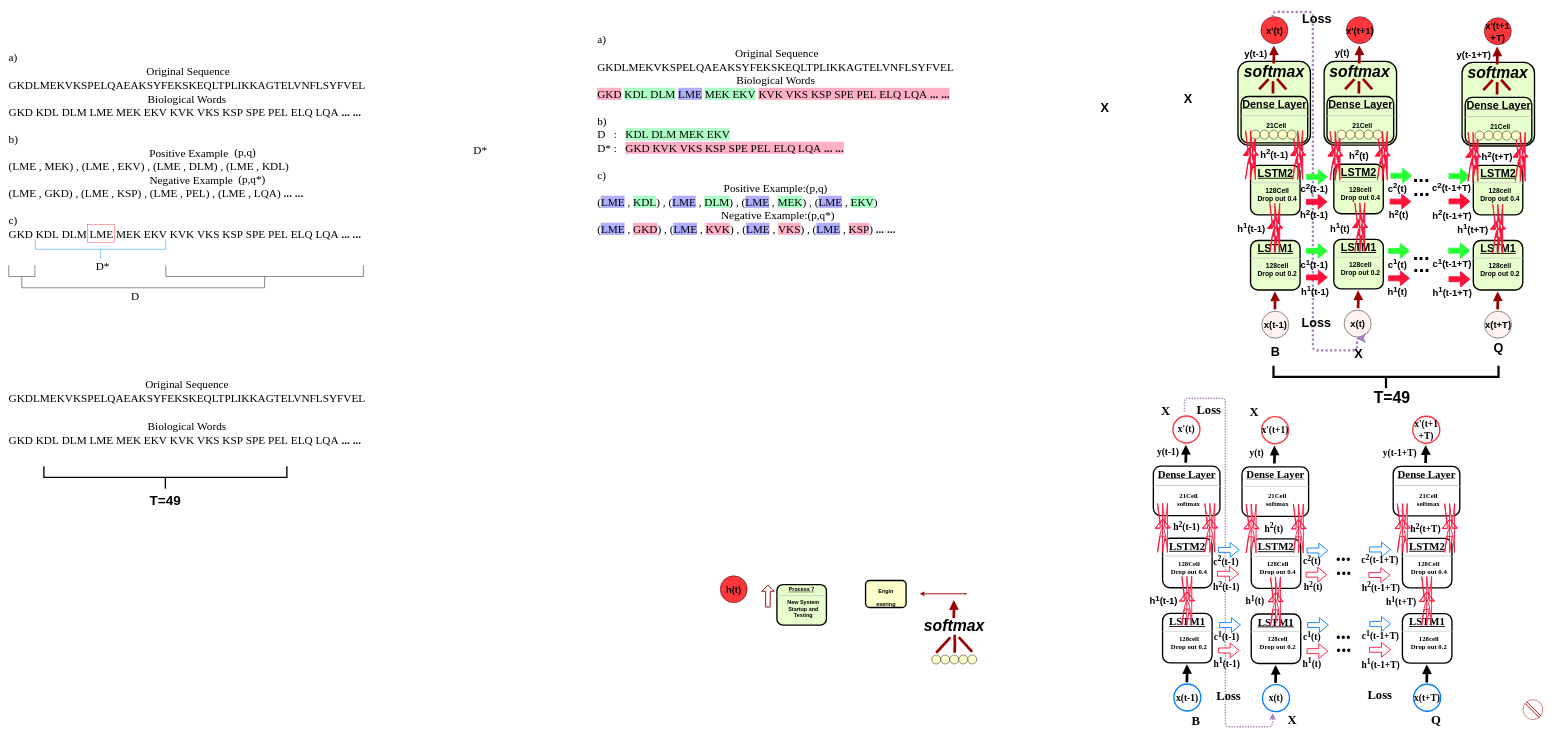
chenjgui/Flow-chat keeps this draw.io diagram as page "Page-1" (1 of 3) of Untitled Diagram.drawio. Above is the earlier version. Source tidied: cells renumbered, new cells numbered last; positions are measured from the earlier drawing's top-left corner, leaving out a move shared by most shapes. Both pictures are drawn from the tidied source at 45%, with x=0, y=0 at pixel (8, 12).
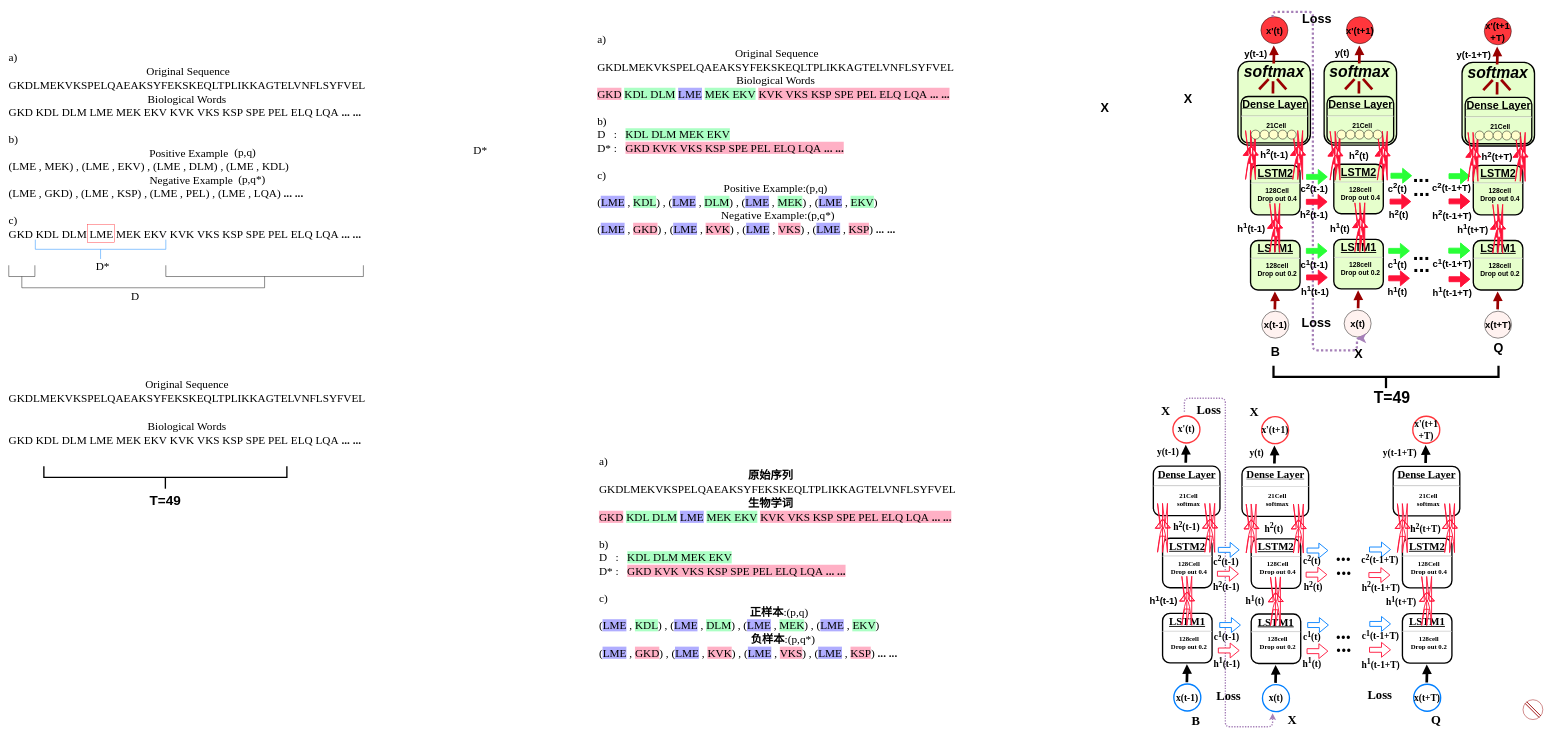
The same page after the edit.

What changed in the source:
```diff
@@
-    <mxCell id="8" value="&lt;h4&gt;Engin&lt;/h4&gt;esering" style="align=center;verticalAlign=middle;fontStyle=1;strokeWidth=3;fillColor=#FFFFCC;rounded=1;html=1;" parent="1" vertex="1">
-      <mxGeometry x="1906" y="1263.5" width="90" height="60" as="geometry" />
-    </mxCell>
@@
-    <mxCell id="10" style="edgeStyle=elbowEdgeStyle;elbow=horizontal;strokeColor=#990000;strokeWidth=2;" parent="1" edge="1">
-      <mxGeometry relative="1" as="geometry">
-        <mxPoint x="2126" y="1293" as="sourcePoint" />
-        <mxPoint x="2026" y="1293" as="targetPoint" />
-        <Array as="points">
-          <mxPoint x="2133" y="1283" />
-          <mxPoint x="2026" y="1322" />
-        </Array>
-      </mxGeometry>
-    </mxCell>
@@
-    <mxCell id="12" style="shape=flexArrow;endArrow=classic;html=1;strokeColor=#990000;strokeWidth=2;width=9.166666666666668;endSize=3.67;endWidth=15.833333333333332;" parent="1" edge="1">
-      <mxGeometry relative="1" as="geometry">
-        <mxPoint x="1689" y="1323.5" as="sourcePoint" />
-        <mxPoint x="1689" y="1273.5" as="targetPoint" />
-      </mxGeometry>
-    </mxCell>
@@
-    <mxCell id="57" value="&lt;b&gt;&lt;font style=&quot;font-size: 21px&quot;&gt;h(t)&lt;/font&gt;&lt;/b&gt;" style="ellipse;whiteSpace=wrap;html=1;fillColor=#FF363C;" parent="1" vertex="1">
-      <mxGeometry x="1583" y="1253" width="60" height="60" as="geometry" />
-    </mxCell>
@@
-    <mxCell id="80" value="&lt;p style=&quot;margin: 0px; margin-top: 4px; text-align: center; text-decoration: underline;&quot;&gt;&lt;strong&gt;&lt;strong&gt;Process&lt;/strong&gt; 7&lt;br /&gt;&lt;/strong&gt;&lt;/p&gt;&lt;hr /&gt;&lt;p style=&quot;margin: 0px; margin-left: 8px;&quot;&gt;New System&lt;/p&gt;&lt;p style=&quot;margin: 0px; margin-left: 8px;&quot;&gt;Startup and&lt;/p&gt;&lt;p style=&quot;margin: 0px; margin-left: 8px;&quot;&gt;Testing&lt;/p&gt;" style="verticalAlign=middle;align=center;overflow=fill;fontSize=12;fontFamily=Helvetica;html=1;rounded=1;fontStyle=1;strokeWidth=3;fillColor=#E6FFCC;" parent="1" vertex="1">
-      <mxGeometry x="1709" y="1272.5" width="110" height="90" as="geometry" />
-    </mxCell>
@@
-    <mxCell id="205" style="group;" parent="1" vertex="1">
-      <mxGeometry x="2036" y="1307" width="134" height="142" as="geometry" />
-    </mxCell>
-    <mxCell id="206" style="group;" parent="205" vertex="1">
-      <mxGeometry x="8" y="77" width="118.5" height="65" as="geometry" />
-    </mxCell>
-    <mxCell id="207" style="edgeStyle=orthogonalEdgeStyle;html=1;jettySize=auto;orthogonalLoop=1;strokeColor=#990000;strokeWidth=6;rounded=1;endArrow=none;endFill=0;" parent="206" edge="1">
-      <mxGeometry relative="1" as="geometry">
-        <mxPoint x="60" y="40" as="sourcePoint" />
-        <mxPoint x="60" as="targetPoint" />
-      </mxGeometry>
-    </mxCell>
-    <mxCell id="208" style="group;" parent="206" vertex="1">
-      <mxGeometry y="45" width="118.5" height="20" as="geometry" />
-    </mxCell>
-    <mxCell id="209" style="group;" parent="208" vertex="1">
-      <mxGeometry width="118.5" height="20" as="geometry" />
-    </mxCell>
-    <mxCell id="210" style="ellipse;whiteSpace=wrap;html=1;fillColor=#FFFFCC;" parent="209" vertex="1">
-      <mxGeometry x="9" width="20" height="20" as="geometry" />
-    </mxCell>
-    <mxCell id="211" style="ellipse;whiteSpace=wrap;html=1;fillColor=#FFFFCC;" parent="209" vertex="1">
-      <mxGeometry x="89" width="20" height="20" as="geometry" />
-    </mxCell>
-    <mxCell id="212" style="ellipse;whiteSpace=wrap;html=1;fillColor=#FFFFCC;" parent="209" vertex="1">
-      <mxGeometry x="29" width="20" height="20" as="geometry" />
-    </mxCell>
-    <mxCell id="213" style="ellipse;whiteSpace=wrap;html=1;fillColor=#FFFFCC;" parent="209" vertex="1">
-      <mxGeometry x="49" width="20" height="20" as="geometry" />
-    </mxCell>
-    <mxCell id="214" style="ellipse;whiteSpace=wrap;html=1;fillColor=#FFFFCC;" parent="209" vertex="1">
-      <mxGeometry x="69" width="20" height="20" as="geometry" />
-    </mxCell>
-    <mxCell id="215" style="html=1;jettySize=auto;orthogonalLoop=1;strokeColor=#990000;strokeWidth=6;rounded=1;endArrow=none;endFill=0;" parent="206" edge="1">
-      <mxGeometry relative="1" as="geometry">
-        <mxPoint x="99" y="38" as="sourcePoint" />
-        <mxPoint x="69" y="5.5" as="targetPoint" />
-      </mxGeometry>
-    </mxCell>
-    <mxCell id="216" style="endArrow=none;html=1;strokeColor=#990000;strokeWidth=6;fillColor=#990000;endFill=0;" parent="206" edge="1">
-      <mxGeometry relative="1" as="geometry">
-        <mxPoint x="19" y="40" as="sourcePoint" />
-        <mxPoint x="50.5" y="6" as="targetPoint" />
-      </mxGeometry>
-    </mxCell>
-    <mxCell id="217" value="&lt;font size=&quot;1&quot;&gt;&lt;b style=&quot;font-size: 35px&quot;&gt;&lt;i&gt;softmax&lt;/i&gt;&lt;/b&gt;&lt;/font&gt;" style="text;html=1;strokeColor=none;fillColor=none;align=center;verticalAlign=middle;whiteSpace=wrap;rounded=0;shadow=0;glass=0;comic=0;" parent="205" vertex="1">
-      <mxGeometry y="37" width="134" height="40" as="geometry" />
-    </mxCell>
-    <mxCell id="218" style="edgeStyle=orthogonalEdgeStyle;html=1;jettySize=auto;orthogonalLoop=1;strokeColor=#990000;strokeWidth=6;rounded=1;endArrow=block;endFill=1;" parent="205" edge="1">
-      <mxGeometry relative="1" as="geometry">
-        <mxPoint x="66" y="40" as="sourcePoint" />
-        <mxPoint x="66" as="targetPoint" />
-      </mxGeometry>
-    </mxCell>
@@
+    <mxCell id="231" value="&lt;div style=&quot;text-align: left ; font-size: 25px&quot;&gt;&lt;font face=&quot;Times New Roman&quot; style=&quot;font-size: 25px&quot;&gt;a)&lt;/font&gt;&lt;/div&gt;&lt;div style=&quot;text-align: left ; font-size: 25px&quot;&gt;&lt;font face=&quot;Times New Roman&quot; style=&quot;font-size: 25px&quot;&gt;&amp;nbsp; &amp;nbsp; &amp;nbsp; &amp;nbsp; &amp;nbsp; &amp;nbsp; &amp;nbsp; &amp;nbsp; &amp;nbsp; &amp;nbsp; &amp;nbsp; &amp;nbsp; &amp;nbsp; &amp;nbsp; &amp;nbsp; &amp;nbsp; &amp;nbsp; &amp;nbsp; &amp;nbsp; &amp;nbsp; &amp;nbsp; &amp;nbsp; &amp;nbsp; &amp;nbsp; &amp;nbsp; &amp;nbsp; &amp;nbsp;&lt;/font&gt;&lt;font style=&quot;font-size: 25px&quot; face=&quot;宋体&quot;&gt;&lt;b&gt;原始序列&lt;/b&gt;&lt;/font&gt;&lt;/div&gt;&lt;div style=&quot;font-size: 25px&quot;&gt;&lt;font face=&quot;Times New Roman&quot; style=&quot;font-size: 25px&quot;&gt;&lt;span&gt;GKDLMEKVKSPELQAEAKSYFEKSKEQLTPLIKKAGTELVNFLSYFVEL&amp;nbsp; &amp;nbsp; &amp;nbsp; &amp;nbsp; &amp;nbsp; &amp;nbsp; &amp;nbsp; &amp;nbsp; &amp;nbsp; &amp;nbsp; &amp;nbsp; &amp;nbsp; &amp;nbsp; &amp;nbsp; &amp;nbsp; &amp;nbsp; &amp;nbsp; &amp;nbsp; &amp;nbsp; &amp;nbsp; &amp;nbsp; &amp;nbsp; &amp;nbsp; &amp;nbsp; &amp;nbsp; &amp;nbsp; &amp;nbsp; &amp;nbsp;&lt;/span&gt;&lt;/font&gt;&lt;span style=&quot;text-align: center&quot;&gt;&lt;b&gt;&lt;font face=&quot;宋体&quot;&gt;生物学词&lt;/font&gt;&lt;/b&gt;&lt;/span&gt;&lt;/div&gt;&lt;font style=&quot;font-size: 25px&quot;&gt;&lt;font style=&quot;font-size: 25px&quot;&gt;&lt;font style=&quot;font-family: &amp;#34;times new roman&amp;#34; ; font-size: 25px&quot;&gt;&lt;font style=&quot;font-size: 25px&quot;&gt;&lt;span style=&quot;background-color: rgb(255 , 176 , 197)&quot;&gt;GKD&lt;/span&gt;&amp;nbsp;&lt;/font&gt;&lt;span style=&quot;background-color: rgb(171 , 255 , 196)&quot;&gt;KDL&amp;nbsp;DLM&lt;/span&gt;&amp;nbsp;&lt;span style=&quot;background-color: rgb(176 , 173 , 255)&quot;&gt;LME&lt;/span&gt;&amp;nbsp;&lt;span style=&quot;background-color: rgb(171 , 255 , 196)&quot;&gt;MEK&amp;nbsp;EKV&lt;/span&gt;&amp;nbsp;&lt;span style=&quot;background-color: rgb(255 , 176 , 197)&quot;&gt;&lt;font style=&quot;font-size: 25px&quot;&gt;&lt;span&gt;KVK&amp;nbsp;&lt;/span&gt;&lt;/font&gt;VKS&amp;nbsp;KSP&amp;nbsp;&lt;font style=&quot;font-size: 25px&quot;&gt;&lt;span&gt;SPE&amp;nbsp;&lt;/span&gt;&lt;/font&gt;PEL&amp;nbsp;ELQ&amp;nbsp;LQA&amp;nbsp;&lt;font style=&quot;font-size: 25px&quot;&gt;&lt;b&gt;... ...&lt;/b&gt;&lt;/font&gt;&lt;/span&gt;&lt;br&gt;&lt;/font&gt;&lt;div style=&quot;font-family: &amp;#34;times new roman&amp;#34;&quot;&gt;&lt;div&gt;&lt;br&gt;&lt;/div&gt;&lt;div&gt;b)&lt;/div&gt;&lt;div&gt;D&amp;nbsp; &amp;nbsp;:&amp;nbsp; &amp;nbsp;&lt;span style=&quot;background-color: rgb(171 , 255 , 196)&quot;&gt;KDL&amp;nbsp;DLM MEK&amp;nbsp;EKV&lt;/span&gt;&lt;/div&gt;&lt;div&gt;&lt;span&gt;D&lt;/span&gt;*&amp;nbsp;&lt;span&gt;:&amp;nbsp; &amp;nbsp;&lt;/span&gt;&lt;span style=&quot;background-color: rgb(255 , 176 , 197)&quot;&gt;&lt;span&gt;GKD&amp;nbsp;&lt;/span&gt;&lt;span&gt;KVK&amp;nbsp;VKS&amp;nbsp;KSP&amp;nbsp;SPE&amp;nbsp;PEL&amp;nbsp;ELQ&amp;nbsp;LQA&amp;nbsp;&lt;/span&gt;&lt;b&gt;... ...&lt;/b&gt;&lt;/span&gt;&lt;br&gt;&lt;/div&gt;&lt;/div&gt;&lt;div style=&quot;font-family: &amp;#34;times new roman&amp;#34;&quot;&gt;&lt;span&gt;&lt;font style=&quot;font-size: 25px&quot;&gt;&lt;br&gt;&lt;/font&gt;&lt;/span&gt;&lt;/div&gt;&lt;div style=&quot;font-family: &amp;#34;times new roman&amp;#34;&quot;&gt;&lt;span&gt;&lt;font style=&quot;font-size: 25px&quot;&gt;c)&lt;/font&gt;&lt;/span&gt;&lt;/div&gt;&lt;div style=&quot;text-align: center&quot;&gt;&lt;font style=&quot;font-size: 25px&quot;&gt;&lt;font face=&quot;宋体&quot;&gt;&lt;b&gt;正样本&lt;/b&gt;&lt;/font&gt;&lt;font face=&quot;Times New Roman&quot;&gt;:(p,q)&lt;/font&gt;&lt;/font&gt;&lt;/div&gt;&lt;div style=&quot;font-family: &amp;#34;times new roman&amp;#34;&quot;&gt;(&lt;span style=&quot;background-color: rgb(176 , 173 , 255)&quot;&gt;LME&lt;/span&gt; , &lt;span style=&quot;background-color: rgb(171 , 255 , 196)&quot;&gt;KDL&lt;/span&gt;) , (&lt;span style=&quot;background-color: rgb(176 , 173 , 255)&quot;&gt;LME&lt;/span&gt; , &lt;span style=&quot;background-color: rgb(171 , 255 , 196)&quot;&gt;DLM&lt;/span&gt;) , (&lt;span style=&quot;background-color: rgb(176 , 173 , 255)&quot;&gt;LME&lt;/span&gt; , &lt;span style=&quot;background-color: rgb(171 , 255 , 196)&quot;&gt;MEK&lt;/span&gt;) , (&lt;span style=&quot;background-color: rgb(176 , 173 , 255)&quot;&gt;LME&lt;/span&gt; , &lt;span style=&quot;background-color: rgb(171 , 255 , 196)&quot;&gt;EKV&lt;/span&gt;)&lt;/div&gt;&lt;div&gt;&lt;font style=&quot;font-size: 25px&quot;&gt;&lt;font face=&quot;Times New Roman&quot;&gt;&amp;nbsp; &amp;nbsp; &amp;nbsp; &amp;nbsp; &amp;nbsp; &amp;nbsp; &amp;nbsp; &amp;nbsp; &amp;nbsp; &amp;nbsp; &amp;nbsp; &amp;nbsp; &amp;nbsp; &amp;nbsp; &amp;nbsp; &amp;nbsp; &amp;nbsp; &amp;nbsp; &amp;nbsp; &amp;nbsp; &amp;nbsp; &amp;nbsp; &amp;nbsp; &amp;nbsp; &amp;nbsp; &amp;nbsp; &amp;nbsp; &lt;/font&gt;&lt;b&gt;&lt;font face=&quot;宋体&quot;&gt;负样本&lt;/font&gt;&lt;/b&gt;&lt;font face=&quot;Times New Roman&quot;&gt;:(p,q*)&lt;/font&gt;&lt;/font&gt;&lt;/div&gt;&lt;div style=&quot;font-family: &amp;#34;times new roman&amp;#34;&quot;&gt;&lt;font style=&quot;font-size: 25px&quot;&gt;&lt;font style=&quot;font-size: 25px&quot;&gt;(&lt;span style=&quot;background-color: rgb(176 , 173 , 255)&quot;&gt;LME&lt;/span&gt; , &lt;span style=&quot;background-color: rgb(255 , 176 , 197)&quot;&gt;GKD&lt;/span&gt;) , (&lt;span style=&quot;background-color: rgb(176 , 173 , 255)&quot;&gt;LME&lt;/span&gt; , &lt;span style=&quot;background-color: rgb(255 , 176 , 197)&quot;&gt;KVK&lt;/span&gt;) , (&lt;span style=&quot;background-color: rgb(176 , 173 , 255)&quot;&gt;LME&lt;/span&gt; , &lt;span style=&quot;background-color: rgb(255 , 176 , 197)&quot;&gt;VKS&lt;/span&gt;) , (&lt;span style=&quot;background-color: rgb(176 , 173 , 255)&quot;&gt;LME&lt;/span&gt; , &lt;span style=&quot;background-color: rgb(255 , 176 , 197)&quot;&gt;KSP&lt;/span&gt;&lt;/font&gt;) &lt;font style=&quot;font-size: 25px&quot;&gt;&lt;b&gt;... ...&lt;/b&gt;&lt;/font&gt;&lt;/font&gt;&lt;/div&gt;&lt;/font&gt;&lt;/font&gt;" style="text;html=1;strokeColor=none;fillColor=none;align=left;verticalAlign=top;whiteSpace=wrap;rounded=0;" parent="1" vertex="1">
+      <mxGeometry x="1312" y="976" width="802" height="481" as="geometry" />
+    </mxCell>
```
